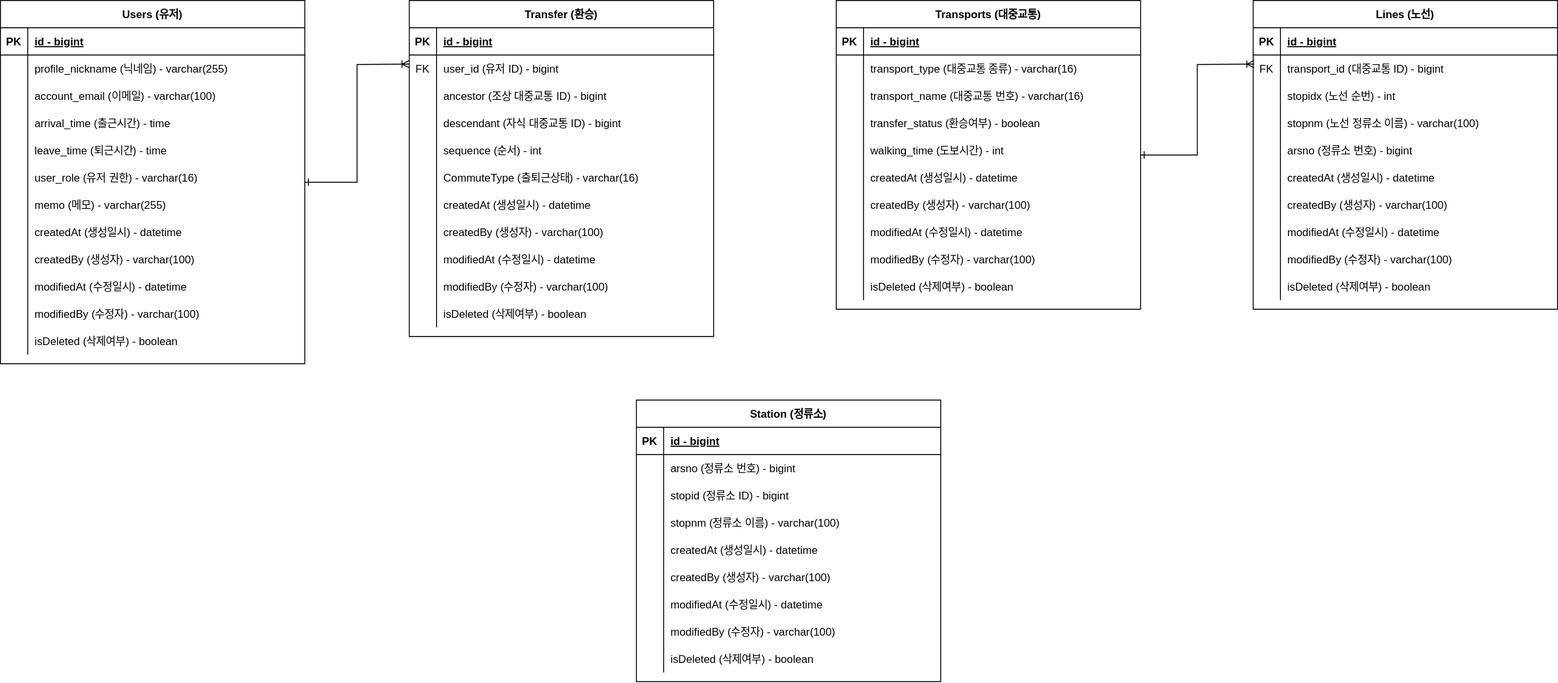
This is .github/MoveMate DataBase.drawio.svg from PNU-Senier-Project/PNU-Senier-Project-BE, a draw.io export, as it was before one commit. Source tidied: cells renumbered, new cells last; positions are measured from the earlier drawing's top-left corner, leaving out a move shared by most shapes.
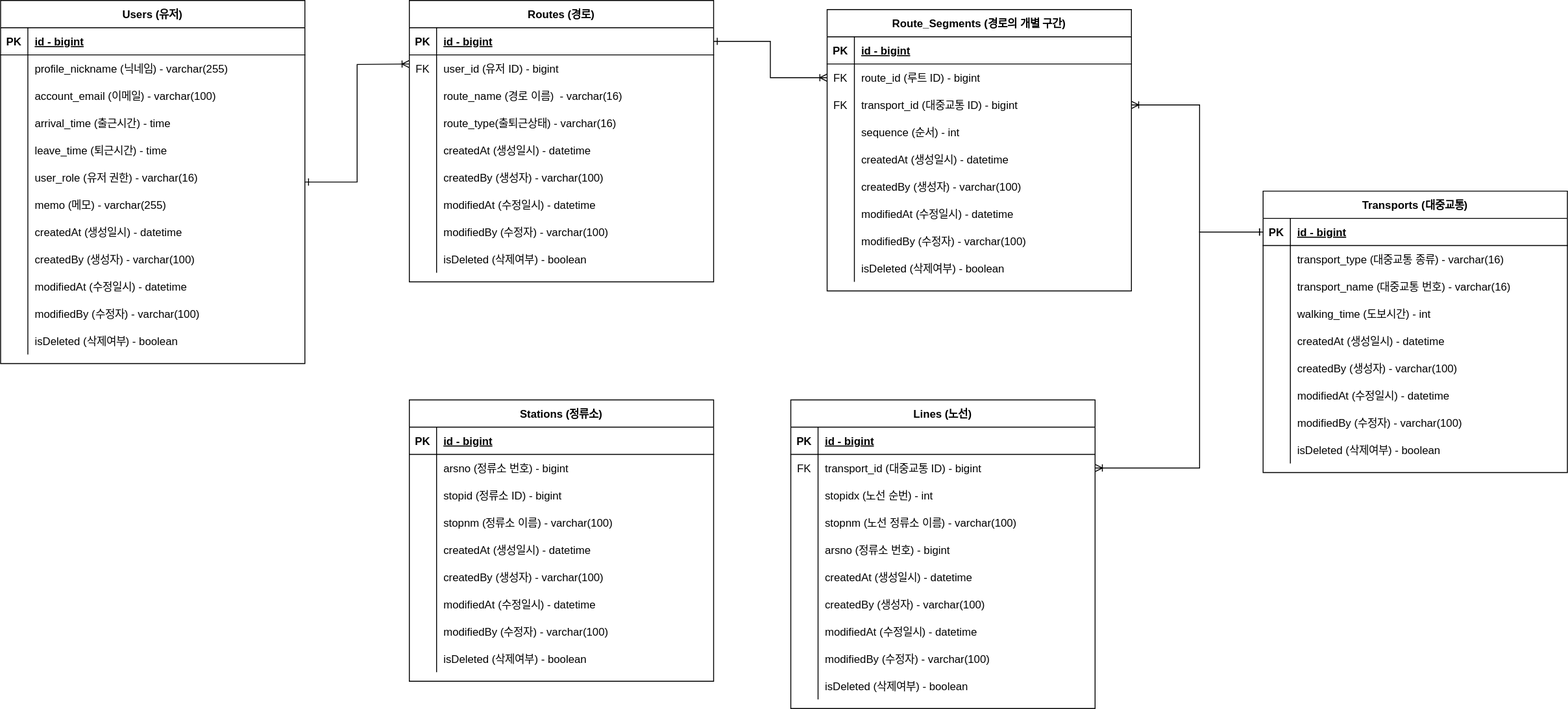
Later version of the same file.

What changed in the source:
```diff
@@ -120,9 +120,4 @@
     </mxCell>
-    <mxCell id="40" style="edgeStyle=orthogonalEdgeStyle;rounded=0;jettySize=auto;html=1;endArrow=ERoneToMany;endFill=0;startArrow=ERone;startFill=0;" parent="1" edge="1" source="41">
-      <mxGeometry relative="1" as="geometry">
-        <mxPoint x="1380" y="70" as="targetPoint" />
-      </mxGeometry>
-    </mxCell>
     <mxCell id="41" value="Transports (대중교통)" style="shape=table;startSize=30;rowLines=0;fontStyle=1;align=center;" parent="1" vertex="1">
-      <mxGeometry x="920" width="335" height="340" as="geometry" />
+      <mxGeometry x="1390" y="210" width="335" height="310" as="geometry" />
     </mxCell>
@@ -155,13 +150,4 @@
     </mxCell>
-    <mxCell id="51" style="shape=partialRectangle;fillColor=none;top=0;left=0;right=0;bottom=0;" parent="41" vertex="1">
-      <mxGeometry y="120" width="335" height="30" as="geometry" />
-    </mxCell>
-    <mxCell id="52" style="shape=partialRectangle;overflow=hidden;fillColor=none;top=0;left=0;bottom=0;right=0;" parent="51" vertex="1">
-      <mxGeometry width="30" height="30" as="geometry" />
-    </mxCell>
-    <mxCell id="53" value="transfer_status (환승여부) - boolean" style="shape=partialRectangle;overflow=hidden;fillColor=none;top=0;left=0;bottom=0;right=0;align=left;spacingLeft=6;fontStyle=0;" parent="51" vertex="1">
-      <mxGeometry x="30" width="305" height="30" as="geometry" />
-    </mxCell>
     <mxCell id="54" style="shape=partialRectangle;fillColor=none;top=0;left=0;right=0;bottom=0;" parent="41" vertex="1">
-      <mxGeometry y="150" width="335" height="30" as="geometry" />
+      <mxGeometry y="120" width="335" height="30" as="geometry" />
     </mxCell>
@@ -174,3 +160,3 @@
     <mxCell id="57" style="shape=partialRectangle;fillColor=none;top=0;left=0;right=0;bottom=0;" parent="41" vertex="1">
-      <mxGeometry y="180" width="335" height="30" as="geometry" />
+      <mxGeometry y="150" width="335" height="30" as="geometry" />
     </mxCell>
@@ -183,3 +169,3 @@
     <mxCell id="60" style="shape=partialRectangle;fillColor=none;top=0;left=0;right=0;bottom=0;" parent="41" vertex="1">
-      <mxGeometry y="210" width="335" height="30" as="geometry" />
+      <mxGeometry y="180" width="335" height="30" as="geometry" />
     </mxCell>
@@ -192,3 +178,3 @@
     <mxCell id="63" style="shape=partialRectangle;fillColor=none;top=0;left=0;right=0;bottom=0;" parent="41" vertex="1">
-      <mxGeometry y="240" width="335" height="30" as="geometry" />
+      <mxGeometry y="210" width="335" height="30" as="geometry" />
     </mxCell>
@@ -201,3 +187,3 @@
     <mxCell id="66" style="shape=partialRectangle;fillColor=none;top=0;left=0;right=0;bottom=0;" parent="41" vertex="1">
-      <mxGeometry y="270" width="335" height="30" as="geometry" />
+      <mxGeometry y="240" width="335" height="30" as="geometry" />
     </mxCell>
@@ -210,3 +196,3 @@
     <mxCell id="69" style="shape=partialRectangle;fillColor=none;top=0;left=0;right=0;bottom=0;" parent="41" vertex="1">
-      <mxGeometry y="300" width="335" height="30" as="geometry" />
+      <mxGeometry y="270" width="335" height="30" as="geometry" />
     </mxCell>
@@ -219,3 +205,3 @@
     <mxCell id="72" value="Lines (노선)" style="shape=table;startSize=30;rowLines=0;fontStyle=1;align=center;" parent="1" vertex="1">
-      <mxGeometry x="1379" width="335" height="340" as="geometry" />
+      <mxGeometry x="870" y="440" width="335" height="340" as="geometry" />
     </mxCell>
@@ -312,6 +298,6 @@
     <mxCell id="103" value="FK" style="shape=partialRectangle;overflow=hidden;fillColor=none;top=0;left=0;bottom=0;right=0;fontStyle=0;" parent="1" vertex="1">
-      <mxGeometry x="1379" y="60" width="30" height="30" as="geometry" />
+      <mxGeometry x="870" y="500" width="30" height="30" as="geometry" />
     </mxCell>
-    <mxCell id="104" value="Transfer (환승)" style="shape=table;startSize=30;rowLines=0;fontStyle=1;align=center;" parent="1" vertex="1">
-      <mxGeometry x="450" width="335" height="370" as="geometry" />
+    <mxCell id="104" value="Routes (경로)" style="shape=table;startSize=30;rowLines=0;fontStyle=1;align=center;" parent="1" vertex="1">
+      <mxGeometry x="450" width="335" height="310" as="geometry" />
     </mxCell>
@@ -335,22 +321,4 @@
     </mxCell>
-    <mxCell id="111" style="shape=partialRectangle;fillColor=none;points=[[0,0.5],[1,0.5]];portConstraint=eastwest;top=0;left=0;right=0;bottom=0;" parent="104" vertex="1">
-      <mxGeometry y="90" width="335" height="30" as="geometry" />
-    </mxCell>
-    <mxCell id="112" style="shape=partialRectangle;overflow=hidden;fillColor=none;top=0;left=0;bottom=0;right=0;" parent="111" vertex="1">
-      <mxGeometry width="30" height="30" as="geometry" />
-    </mxCell>
-    <mxCell id="113" value="ancestor (조상 대중교통 ID) - bigint" style="shape=partialRectangle;overflow=hidden;fillColor=none;top=0;left=0;bottom=0;right=0;align=left;spacingLeft=6;fontStyle=0;" parent="111" vertex="1">
-      <mxGeometry x="30" width="305" height="30" as="geometry" />
-    </mxCell>
-    <mxCell id="114" style="shape=partialRectangle;fillColor=none;top=0;left=0;right=0;bottom=0;" parent="104" vertex="1">
-      <mxGeometry y="120" width="335" height="30" as="geometry" />
-    </mxCell>
-    <mxCell id="115" style="shape=partialRectangle;overflow=hidden;fillColor=none;top=0;left=0;bottom=0;right=0;" parent="114" vertex="1">
-      <mxGeometry width="30" height="30" as="geometry" />
-    </mxCell>
-    <mxCell id="116" value="descendant (자식 대중교통 ID) - bigint" style="shape=partialRectangle;overflow=hidden;fillColor=none;top=0;left=0;bottom=0;right=0;align=left;spacingLeft=6;fontStyle=0;" parent="114" vertex="1">
-      <mxGeometry x="30" width="305" height="30" as="geometry" />
-    </mxCell>
     <mxCell id="117" style="shape=partialRectangle;fillColor=none;top=0;left=0;right=0;bottom=0;" parent="104" vertex="1">
-      <mxGeometry y="150" width="335" height="30" as="geometry" />
+      <mxGeometry y="90" width="335" height="30" as="geometry" />
     </mxCell>
@@ -359,3 +327,3 @@
     </mxCell>
-    <mxCell id="119" value="sequence (순서) - int" style="shape=partialRectangle;overflow=hidden;fillColor=none;top=0;left=0;bottom=0;right=0;align=left;spacingLeft=6;fontStyle=0;" parent="117" vertex="1">
+    <mxCell id="119" value="route_name (경로 이름)  - varchar(16)" style="shape=partialRectangle;overflow=hidden;fillColor=none;top=0;left=0;bottom=0;right=0;align=left;spacingLeft=6;fontStyle=0;" parent="117" vertex="1">
       <mxGeometry x="30" width="305" height="30" as="geometry" />
@@ -363,3 +331,3 @@
     <mxCell id="120" style="shape=partialRectangle;fillColor=none;top=0;left=0;right=0;bottom=0;" parent="104" vertex="1">
-      <mxGeometry y="180" width="335" height="30" as="geometry" />
+      <mxGeometry y="120" width="335" height="30" as="geometry" />
     </mxCell>
@@ -368,3 +336,3 @@
     </mxCell>
-    <mxCell id="122" value="CommuteType (출퇴근상태) - varchar(16)" style="shape=partialRectangle;overflow=hidden;fillColor=none;top=0;left=0;bottom=0;right=0;align=left;spacingLeft=6;fontStyle=0;" parent="120" vertex="1">
+    <mxCell id="122" value="route_type(출퇴근상태) - varchar(16)" style="shape=partialRectangle;overflow=hidden;fillColor=none;top=0;left=0;bottom=0;right=0;align=left;spacingLeft=6;fontStyle=0;" parent="120" vertex="1">
       <mxGeometry x="30" width="305" height="30" as="geometry" />
@@ -372,3 +340,3 @@
     <mxCell id="123" style="shape=partialRectangle;fillColor=none;top=0;left=0;right=0;bottom=0;" parent="104" vertex="1">
-      <mxGeometry y="210" width="335" height="30" as="geometry" />
+      <mxGeometry y="150" width="335" height="30" as="geometry" />
     </mxCell>
@@ -381,3 +349,3 @@
     <mxCell id="126" style="shape=partialRectangle;fillColor=none;top=0;left=0;right=0;bottom=0;" parent="104" vertex="1">
-      <mxGeometry y="240" width="335" height="30" as="geometry" />
+      <mxGeometry y="180" width="335" height="30" as="geometry" />
     </mxCell>
@@ -390,3 +358,3 @@
     <mxCell id="129" style="shape=partialRectangle;fillColor=none;top=0;left=0;right=0;bottom=0;" parent="104" vertex="1">
-      <mxGeometry y="270" width="335" height="30" as="geometry" />
+      <mxGeometry y="210" width="335" height="30" as="geometry" />
     </mxCell>
@@ -399,3 +367,3 @@
     <mxCell id="132" style="shape=partialRectangle;fillColor=none;top=0;left=0;right=0;bottom=0;" parent="104" vertex="1">
-      <mxGeometry y="300" width="335" height="30" as="geometry" />
+      <mxGeometry y="240" width="335" height="30" as="geometry" />
     </mxCell>
@@ -408,3 +376,3 @@
     <mxCell id="135" style="shape=partialRectangle;fillColor=none;top=0;left=0;right=0;bottom=0;" parent="104" vertex="1">
-      <mxGeometry y="330" width="335" height="30" as="geometry" />
+      <mxGeometry y="270" width="335" height="30" as="geometry" />
     </mxCell>
@@ -419,4 +387,4 @@
     </mxCell>
-    <mxCell id="139" value="Station (정류소)" style="shape=table;startSize=30;rowLines=0;fontStyle=1;align=center;" parent="1" vertex="1">
-      <mxGeometry x="700" y="440" width="335" height="310" as="geometry" />
+    <mxCell id="139" value="Stations (정류소)" style="shape=table;startSize=30;rowLines=0;fontStyle=1;align=center;" parent="1" vertex="1">
+      <mxGeometry x="450" y="440" width="335" height="310" as="geometry" />
     </mxCell>
@@ -503,2 +471,111 @@
     </mxCell>
+    <mxCell id="167" value="Route_Segments (경로의 개별 구간)" style="shape=table;startSize=30;rowLines=0;fontStyle=1;align=center;" parent="1" vertex="1">
+      <mxGeometry x="910" y="10" width="335" height="310" as="geometry" />
+    </mxCell>
+    <mxCell id="168" style="shape=partialRectangle;fillColor=none;top=0;left=0;right=0;bottom=1;" parent="167" vertex="1">
+      <mxGeometry y="30" width="335" height="30" as="geometry" />
+    </mxCell>
+    <mxCell id="169" value="PK" style="shape=partialRectangle;overflow=hidden;fillColor=none;top=0;left=0;bottom=0;right=0;fontStyle=1;" parent="168" vertex="1">
+      <mxGeometry width="30" height="30" as="geometry" />
+    </mxCell>
+    <mxCell id="170" value="id - bigint" style="shape=partialRectangle;overflow=hidden;fillColor=none;top=0;left=0;bottom=0;right=0;align=left;spacingLeft=6;fontStyle=5;" parent="168" vertex="1">
+      <mxGeometry x="30" width="305" height="30" as="geometry" />
+    </mxCell>
+    <mxCell id="171" style="shape=partialRectangle;fillColor=none;points=[[0,0.5],[1,0.5]];portConstraint=eastwest;top=0;left=0;right=0;bottom=0;" parent="167" vertex="1">
+      <mxGeometry y="60" width="335" height="30" as="geometry" />
+    </mxCell>
+    <mxCell id="172" style="shape=partialRectangle;overflow=hidden;fillColor=none;top=0;left=0;bottom=0;right=0;" parent="171" vertex="1">
+      <mxGeometry width="30" height="30" as="geometry" />
+    </mxCell>
+    <mxCell id="173" value="route_id (루트 ID) - bigint" style="shape=partialRectangle;overflow=hidden;fillColor=none;top=0;left=0;bottom=0;right=0;align=left;spacingLeft=6;" parent="171" vertex="1">
+      <mxGeometry x="30" width="305" height="30" as="geometry" />
+    </mxCell>
+    <mxCell id="111" style="shape=partialRectangle;fillColor=none;points=[[0,0.5],[1,0.5]];portConstraint=eastwest;top=0;left=0;right=0;bottom=0;" parent="167" vertex="1">
+      <mxGeometry y="90" width="335" height="30" as="geometry" />
+    </mxCell>
+    <mxCell id="174" style="shape=partialRectangle;overflow=hidden;fillColor=none;top=0;left=0;bottom=0;right=0;" parent="111" vertex="1">
+      <mxGeometry width="30" height="30" as="geometry" />
+    </mxCell>
+    <mxCell id="175" value="transport_id (대중교통 ID) - bigint" style="shape=partialRectangle;overflow=hidden;fillColor=none;top=0;left=0;bottom=0;right=0;align=left;spacingLeft=6;fontStyle=0;" parent="111" vertex="1">
+      <mxGeometry x="30" width="305" height="30" as="geometry" />
+    </mxCell>
+    <mxCell id="176" style="shape=partialRectangle;fillColor=none;top=0;left=0;right=0;bottom=0;" parent="167" vertex="1">
+      <mxGeometry y="120" width="335" height="30" as="geometry" />
+    </mxCell>
+    <mxCell id="177" style="shape=partialRectangle;overflow=hidden;fillColor=none;top=0;left=0;bottom=0;right=0;" parent="176" vertex="1">
+      <mxGeometry width="30" height="30" as="geometry" />
+    </mxCell>
+    <mxCell id="178" value="sequence (순서) - int" style="shape=partialRectangle;overflow=hidden;fillColor=none;top=0;left=0;bottom=0;right=0;align=left;spacingLeft=6;fontStyle=0;" parent="176" vertex="1">
+      <mxGeometry x="30" width="305" height="30" as="geometry" />
+    </mxCell>
+    <mxCell id="179" style="shape=partialRectangle;fillColor=none;top=0;left=0;right=0;bottom=0;" parent="167" vertex="1">
+      <mxGeometry y="150" width="335" height="30" as="geometry" />
+    </mxCell>
+    <mxCell id="180" style="shape=partialRectangle;overflow=hidden;fillColor=none;top=0;left=0;bottom=0;right=0;" parent="179" vertex="1">
+      <mxGeometry width="30" height="30" as="geometry" />
+    </mxCell>
+    <mxCell id="181" value="createdAt (생성일시) - datetime" style="shape=partialRectangle;overflow=hidden;fillColor=none;top=0;left=0;bottom=0;right=0;align=left;spacingLeft=6;" parent="179" vertex="1">
+      <mxGeometry x="30" width="305" height="30" as="geometry" />
+    </mxCell>
+    <mxCell id="182" style="shape=partialRectangle;fillColor=none;top=0;left=0;right=0;bottom=0;" parent="167" vertex="1">
+      <mxGeometry y="180" width="335" height="30" as="geometry" />
+    </mxCell>
+    <mxCell id="183" style="shape=partialRectangle;overflow=hidden;fillColor=none;top=0;left=0;bottom=0;right=0;" parent="182" vertex="1">
+      <mxGeometry width="30" height="30" as="geometry" />
+    </mxCell>
+    <mxCell id="184" value="createdBy (생성자) - varchar(100)" style="shape=partialRectangle;overflow=hidden;fillColor=none;top=0;left=0;bottom=0;right=0;align=left;spacingLeft=6;" parent="182" vertex="1">
+      <mxGeometry x="30" width="305" height="30" as="geometry" />
+    </mxCell>
+    <mxCell id="185" style="shape=partialRectangle;fillColor=none;top=0;left=0;right=0;bottom=0;" parent="167" vertex="1">
+      <mxGeometry y="210" width="335" height="30" as="geometry" />
+    </mxCell>
+    <mxCell id="186" style="shape=partialRectangle;overflow=hidden;fillColor=none;top=0;left=0;bottom=0;right=0;" parent="185" vertex="1">
+      <mxGeometry width="30" height="30" as="geometry" />
+    </mxCell>
+    <mxCell id="187" value="modifiedAt (수정일시) - datetime" style="shape=partialRectangle;overflow=hidden;fillColor=none;top=0;left=0;bottom=0;right=0;align=left;spacingLeft=6;" parent="185" vertex="1">
+      <mxGeometry x="30" width="305" height="30" as="geometry" />
+    </mxCell>
+    <mxCell id="188" style="shape=partialRectangle;fillColor=none;top=0;left=0;right=0;bottom=0;" parent="167" vertex="1">
+      <mxGeometry y="240" width="335" height="30" as="geometry" />
+    </mxCell>
+    <mxCell id="189" style="shape=partialRectangle;overflow=hidden;fillColor=none;top=0;left=0;bottom=0;right=0;" parent="188" vertex="1">
+      <mxGeometry width="30" height="30" as="geometry" />
+    </mxCell>
+    <mxCell id="190" value="modifiedBy (수정자) - varchar(100)" style="shape=partialRectangle;overflow=hidden;fillColor=none;top=0;left=0;bottom=0;right=0;align=left;spacingLeft=6;" parent="188" vertex="1">
+      <mxGeometry x="30" width="305" height="30" as="geometry" />
+    </mxCell>
+    <mxCell id="191" style="shape=partialRectangle;fillColor=none;top=0;left=0;right=0;bottom=0;" parent="167" vertex="1">
+      <mxGeometry y="270" width="335" height="30" as="geometry" />
+    </mxCell>
+    <mxCell id="192" style="shape=partialRectangle;overflow=hidden;fillColor=none;top=0;left=0;bottom=0;right=0;" parent="191" vertex="1">
+      <mxGeometry width="30" height="30" as="geometry" />
+    </mxCell>
+    <mxCell id="193" value="isDeleted (삭제여부) - boolean" style="shape=partialRectangle;overflow=hidden;fillColor=none;top=0;left=0;bottom=0;right=0;align=left;spacingLeft=6;" parent="191" vertex="1">
+      <mxGeometry x="30" width="305" height="30" as="geometry" />
+    </mxCell>
+    <mxCell id="194" value="FK" style="shape=partialRectangle;overflow=hidden;fillColor=none;top=0;left=0;bottom=0;right=0;fontStyle=0;" parent="1" vertex="1">
+      <mxGeometry x="910" y="70" width="30" height="30" as="geometry" />
+    </mxCell>
+    <mxCell id="195" value="FK" style="shape=partialRectangle;overflow=hidden;fillColor=none;top=0;left=0;bottom=0;right=0;fontStyle=0;" parent="1" vertex="1">
+      <mxGeometry x="910" y="100" width="30" height="30" as="geometry" />
+    </mxCell>
+    <mxCell id="196" style="edgeStyle=orthogonalEdgeStyle;rounded=0;jettySize=auto;html=1;endArrow=ERoneToMany;endFill=0;startArrow=ERone;startFill=0;" parent="1" edge="1" source="105" target="171">
+      <mxGeometry relative="1" as="geometry" />
+    </mxCell>
+    <mxCell id="197" style="edgeStyle=orthogonalEdgeStyle;rounded=0;jettySize=auto;html=1;startArrow=ERone;startFill=0;endArrow=ERoneToMany;endFill=0;" parent="1" edge="1" source="42" target="111">
+      <mxGeometry relative="1" as="geometry">
+        <Array as="points">
+          <mxPoint x="1320" y="255" />
+          <mxPoint x="1320" y="115" />
+        </Array>
+      </mxGeometry>
+    </mxCell>
+    <mxCell id="198" style="edgeStyle=orthogonalEdgeStyle;rounded=0;jettySize=auto;html=1;entryX=1;entryY=0.5;entryDx=0;entryDy=0;startArrow=ERone;startFill=0;endArrow=ERoneToMany;endFill=0;" parent="1" edge="1" source="42" target="76">
+      <mxGeometry relative="1" as="geometry">
+        <Array as="points">
+          <mxPoint x="1320" y="255" />
+          <mxPoint x="1320" y="515" />
+        </Array>
+      </mxGeometry>
+    </mxCell>
   </root>
```
